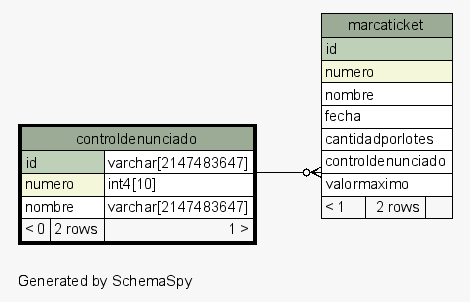
Before: postgresql/schemaSpy/salida/diagrams/controldenunciado.1degree.png, a diagram exported from Graphviz (diegopablomansilla/massoftware_front). Its source is kept beside it as postgresql/schemaSpy/salida/diagrams/controldenunciado.1degree.dot.
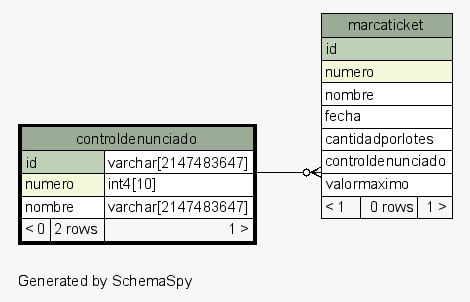
Above is the later version.

The edit, as a diff of the source:
```diff
@@ -41,7 +41,7 @@
       <TR><TD PORT="cantidadporlotes" COLSPAN="3" ALIGN="LEFT">cantidadporlotes</TD></TR>
       <TR><TD PORT="controldenunciado" COLSPAN="3" ALIGN="LEFT">controldenunciado</TD></TR>
       <TR><TD PORT="valormaximo" COLSPAN="3" ALIGN="LEFT">valormaximo</TD></TR>
-      <TR><TD ALIGN="LEFT" BGCOLOR="#f7f7f7">&lt; 1</TD><TD ALIGN="RIGHT" BGCOLOR="#f7f7f7">2 rows</TD><TD ALIGN="RIGHT" BGCOLOR="#f7f7f7">  </TD></TR>
+      <TR><TD ALIGN="LEFT" BGCOLOR="#f7f7f7">&lt; 1</TD><TD ALIGN="RIGHT" BGCOLOR="#f7f7f7">0 rows</TD><TD ALIGN="RIGHT" BGCOLOR="#f7f7f7">1 &gt;</TD></TR>
     </TABLE>>
     URL="marcaticket.html"
     tooltip="marcaticket"
```
